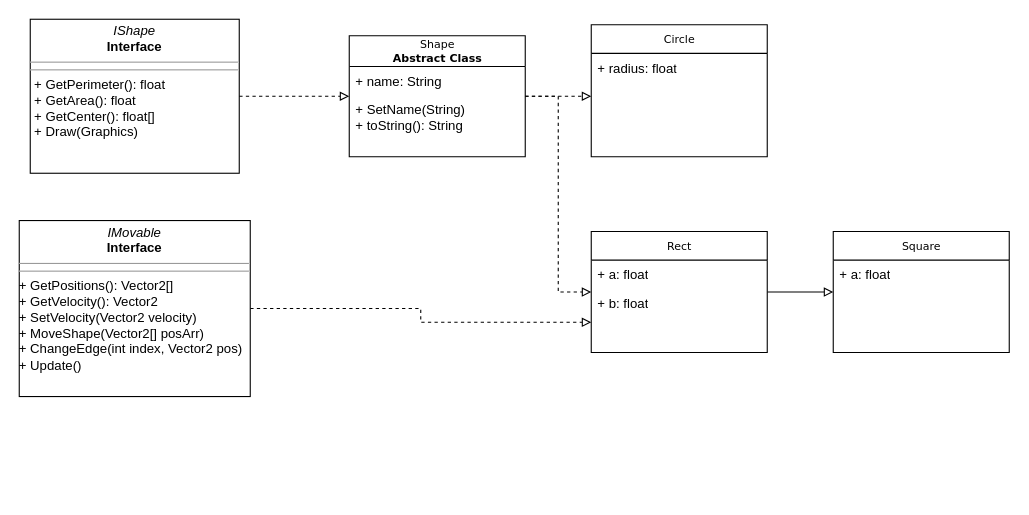
Earlier version of the draw.io diagram Graphs/Prac1.drawio (kremnev8/JavaStudy). Source tidied: cells renumbered, new cells numbered last; positions are measured from the earlier drawing's top-left corner, leaving out a move shared by most shapes. Both pictures are drawn from the tidied source at 110%, with x=0, y=0 at pixel (19, 19).
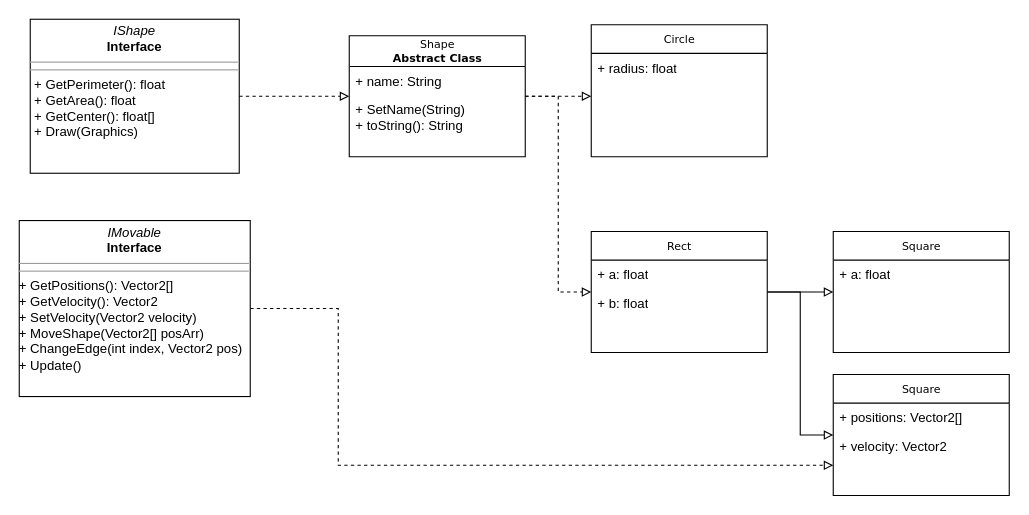
The same diagram, later.

The change refers to these unchanged cells:
```xml
<mxCell id="4" value="&lt;p style=&quot;margin: 0px ; margin-top: 4px ; text-align: center&quot;&gt;&lt;i&gt;IMovable&lt;/i&gt;&lt;br&gt;&lt;b&gt;Interface&lt;/b&gt;&lt;/p&gt;&lt;hr size=&quot;1&quot;&gt;&lt;hr size=&quot;1&quot;&gt;+ GetPositions(): Vector2[]&lt;br&gt;+ GetVelocity(): Vector2&lt;br&gt;+ SetVelocity(Vector2 velocity)&lt;br&gt;+ MoveShape(Vector2[] posArr)&lt;br&gt;+ ChangeEdge(int index, Vector2 pos)&lt;br&gt;+ Update()" style="verticalAlign=top;align=left;overflow=fill;fontSize=12;fontFamily=Helvetica;html=1;rounded=0;shadow=0;comic=0;labelBackgroundColor=none;strokeWidth=1;" parent="1" vertex="1">
  <mxGeometry y="183" width="210" height="160" as="geometry" />
</mxCell>
<mxCell id="14" value="Rect" style="swimlane;html=1;fontStyle=0;horizontal=1;startSize=26;fillColor=none;swimlaneFillColor=#ffffff;rounded=0;shadow=0;comic=0;labelBackgroundColor=none;strokeWidth=1;fontFamily=Verdana;fontSize=10;align=center;" parent="1" vertex="1">
  <mxGeometry x="520" y="193" width="160" height="110" as="geometry" />
</mxCell>
```

Diff of the diagram source:
```diff
@@
-    <mxCell id="3" style="edgeStyle=orthogonalEdgeStyle;rounded=0;jettySize=auto;html=1;entryX=0;entryY=0.75;entryDx=0;entryDy=0;endArrow=block;endFill=0;dashed=1;" parent="1" edge="1" source="4" target="14">
-      <mxGeometry relative="1" as="geometry" />
+    <mxCell id="3" style="edgeStyle=orthogonalEdgeStyle;rounded=0;jettySize=auto;html=1;entryX=0;entryY=0.75;entryDx=0;entryDy=0;endArrow=block;endFill=0;dashed=1;" parent="1" edge="1" source="4" target="20">
+      <mxGeometry relative="1" as="geometry">
+        <Array as="points">
+          <mxPoint x="290" y="263" />
+          <mxPoint x="290" y="406" />
+        </Array>
+      </mxGeometry>
     </mxCell>
@@
+    <mxCell id="19" style="edgeStyle=orthogonalEdgeStyle;rounded=0;jettySize=auto;html=1;entryX=0;entryY=0.5;entryDx=0;entryDy=0;endArrow=block;endFill=0;" parent="1" edge="1" source="14" target="20">
+      <mxGeometry relative="1" as="geometry" />
+    </mxCell>
@@
+    <mxCell id="20" value="Square" style="swimlane;html=1;fontStyle=0;horizontal=1;startSize=26;fillColor=none;swimlaneFillColor=#ffffff;rounded=0;shadow=0;comic=0;labelBackgroundColor=none;strokeWidth=1;fontFamily=Verdana;fontSize=10;align=center;" parent="1" vertex="1">
+      <mxGeometry x="740" y="323" width="160" height="110" as="geometry" />
+    </mxCell>
+    <mxCell id="21" value="+ positions: Vector2[]" style="text;html=1;strokeColor=none;fillColor=none;align=left;verticalAlign=top;spacingLeft=4;spacingRight=4;whiteSpace=wrap;overflow=hidden;" parent="20" vertex="1">
+      <mxGeometry y="26" width="160" height="26" as="geometry" />
+    </mxCell>
+    <mxCell id="22" value="+ velocity: Vector2" style="text;html=1;strokeColor=none;fillColor=none;align=left;verticalAlign=top;spacingLeft=4;spacingRight=4;whiteSpace=wrap;overflow=hidden;" parent="20" vertex="1">
+      <mxGeometry y="52" width="160" height="26" as="geometry" />
+    </mxCell>
```
